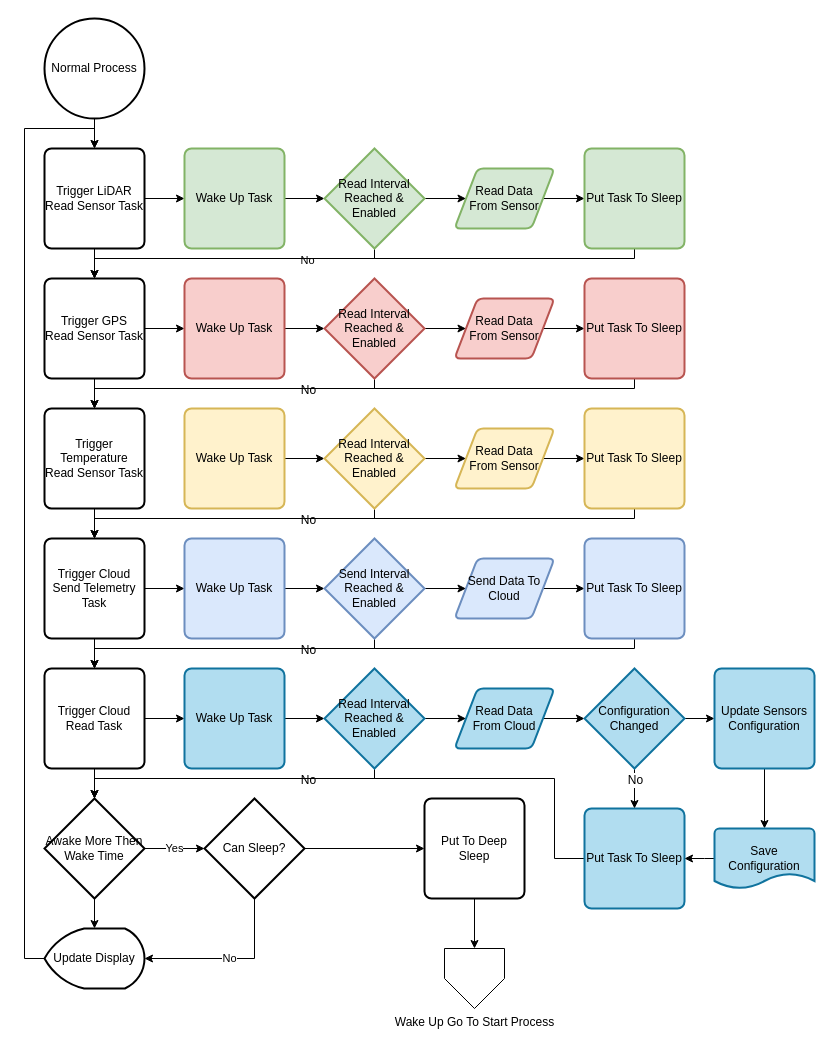
gbd77rc/esp32-iot-x509 keeps this draw.io diagram as page "Normal Flow" (2 of 3) of docs/images/esp-startup.drawio. Above is the earlier version. Source tidied: cells renumbered, new cells numbered last; positions are measured from the earlier drawing's top-left corner, leaving out a move shared by most shapes. Both pictures are drawn from the tidied source at 100%, with x=0, y=0 at pixel (24, 18).
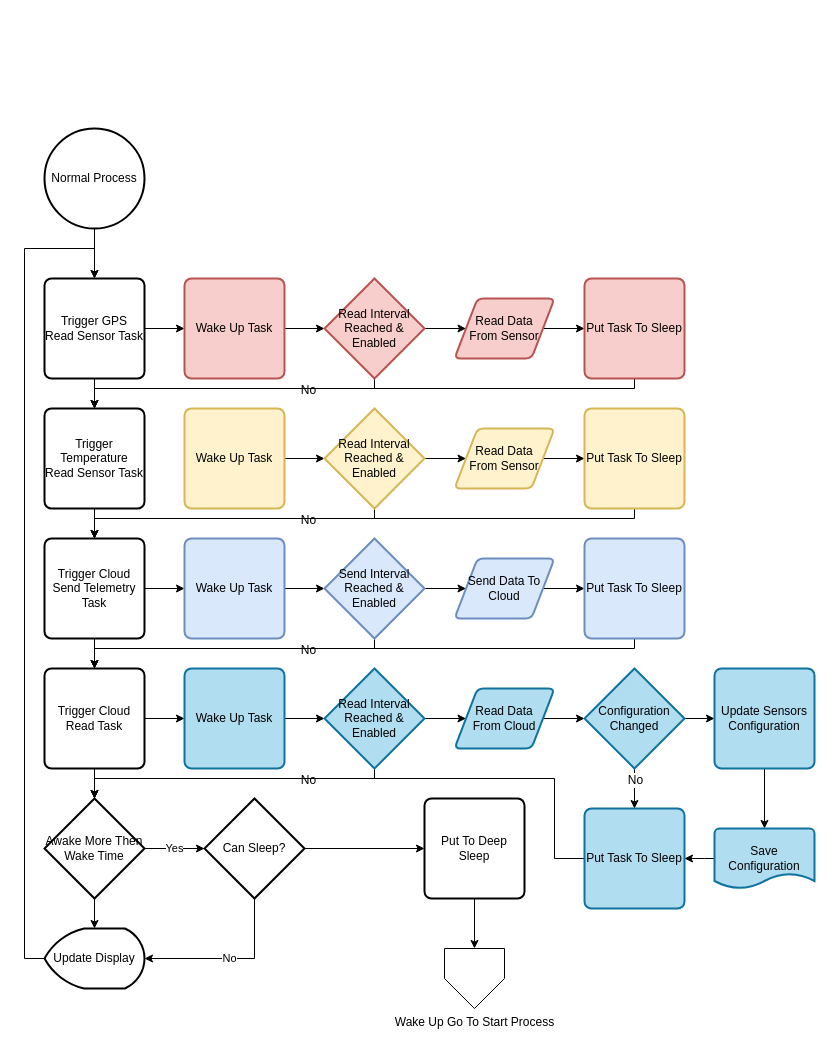
The same diagram, later.

Unchanged cells that the change refers to:
```xml
<mxCell id="11" value="Trigger GPS Read Sensor Task" style="rounded=1;whiteSpace=wrap;html=1;absoluteArcSize=1;arcSize=14;strokeWidth=2;" parent="1" vertex="1">
  <mxGeometry x="20" y="260" width="100" height="100" as="geometry" />
</mxCell>
<mxCell id="16" value="Update Display" style="strokeWidth=2;html=1;shape=mxgraph.flowchart.display;whiteSpace=wrap;" parent="1" vertex="1">
  <mxGeometry x="20" y="910" width="100" height="60" as="geometry" />
</mxCell>
```

Diff of the diagram source:
```diff
@@
-    <mxCell id="2" style="edgeStyle=orthogonalEdgeStyle;rounded=0;jettySize=auto;html=1;" parent="1" edge="1" source="3" target="6">
-      <mxGeometry relative="1" as="geometry" />
-    </mxCell>
+    <mxCell id="87" style="edgeStyle=orthogonalEdgeStyle;rounded=0;jettySize=auto;html=1;entryX=0.5;entryY=0;entryDx=0;entryDy=0;" parent="1" edge="1" source="3" target="11">
+      <mxGeometry relative="1" as="geometry" />
+    </mxCell>
     <mxCell id="3" value="Normal Process" style="strokeWidth=2;html=1;shape=mxgraph.flowchart.start_2;whiteSpace=wrap;" parent="1" vertex="1">
-      <mxGeometry x="20" width="100" height="100" as="geometry" />
+      <mxGeometry x="20" y="110" width="100" height="100" as="geometry" />
     </mxCell>
-    <mxCell id="4" style="edgeStyle=orthogonalEdgeStyle;rounded=0;jettySize=auto;html=1;" parent="1" edge="1" source="6" target="11">
-      <mxGeometry relative="1" as="geometry" />
-    </mxCell>
-    <mxCell id="5" style="edgeStyle=orthogonalEdgeStyle;rounded=0;jettySize=auto;html=1;" parent="1" edge="1" source="6" target="30">
-      <mxGeometry relative="1" as="geometry" />
-    </mxCell>
-    <mxCell id="6" value="Trigger LiDAR Read Sensor Task" style="rounded=1;whiteSpace=wrap;html=1;absoluteArcSize=1;arcSize=14;strokeWidth=2;" parent="1" vertex="1">
-      <mxGeometry x="20" y="130" width="100" height="100" as="geometry" />
-    </mxCell>
@@
-    <mxCell id="15" style="edgeStyle=orthogonalEdgeStyle;rounded=0;jettySize=auto;html=1;exitX=0;exitY=0.5;exitDx=0;exitDy=0;exitPerimeter=0;" parent="1" edge="1" source="16">
+    <mxCell id="15" style="edgeStyle=orthogonalEdgeStyle;rounded=0;jettySize=auto;html=1;exitX=0;exitY=0.5;exitDx=0;exitDy=0;exitPerimeter=0;entryX=0.5;entryY=0;entryDx=0;entryDy=0;" parent="1" edge="1" source="16" target="11">
       <mxGeometry relative="1" as="geometry">
-        <mxPoint x="70" y="130" as="targetPoint" />
         <Array as="points">
           <mxPoint y="940" />
-          <mxPoint y="110" />
-          <mxPoint x="70" y="110" />
+          <mxPoint y="230" />
+          <mxPoint x="70" y="230" />
         </Array>
       </mxGeometry>
     </mxCell>
@@
-    <mxCell id="29" style="edgeStyle=orthogonalEdgeStyle;rounded=0;jettySize=auto;html=1;entryX=0;entryY=0.5;entryDx=0;entryDy=0;entryPerimeter=0;" parent="1" edge="1" source="30" target="34">
-      <mxGeometry relative="1" as="geometry" />
-    </mxCell>
-    <mxCell id="30" value="Wake Up Task" style="rounded=1;whiteSpace=wrap;html=1;absoluteArcSize=1;arcSize=14;strokeWidth=2;fillColor=#d5e8d4;strokeColor=#82b366;" parent="1" vertex="1">
-      <mxGeometry x="160" y="130" width="100" height="100" as="geometry" />
-    </mxCell>
-    <mxCell id="31" style="edgeStyle=orthogonalEdgeStyle;rounded=0;jettySize=auto;html=1;" parent="1" edge="1" source="34">
-      <mxGeometry relative="1" as="geometry">
-        <mxPoint x="70" y="260" as="targetPoint" />
-        <Array as="points">
-          <mxPoint x="350" y="240" />
-          <mxPoint x="70" y="240" />
-        </Array>
-      </mxGeometry>
-    </mxCell>
-    <mxCell id="32" value="No" style="edgeLabel;html=1;align=center;verticalAlign=middle;" parent="31" vertex="1">
-      <mxGeometry x="-0.5" y="1" relative="1" as="geometry" />
-    </mxCell>
-    <mxCell id="33" style="edgeStyle=orthogonalEdgeStyle;rounded=0;jettySize=auto;html=1;" parent="1" edge="1" source="34" target="36">
-      <mxGeometry relative="1" as="geometry" />
-    </mxCell>
-    <mxCell id="34" value="Read Interval Reached &amp;amp; Enabled" style="strokeWidth=2;html=1;shape=mxgraph.flowchart.decision;whiteSpace=wrap;fillColor=#d5e8d4;strokeColor=#82b366;" parent="1" vertex="1">
-      <mxGeometry x="300" y="130" width="100" height="100" as="geometry" />
-    </mxCell>
-    <mxCell id="35" style="edgeStyle=orthogonalEdgeStyle;rounded=0;jettySize=auto;html=1;" parent="1" edge="1" source="36" target="38">
-      <mxGeometry relative="1" as="geometry" />
-    </mxCell>
-    <mxCell id="36" value="Read Data &lt;br&gt;From Sensor" style="shape=parallelogram;html=1;strokeWidth=2;perimeter=parallelogramPerimeter;whiteSpace=wrap;rounded=1;arcSize=12;size=0.23;fillColor=#d5e8d4;strokeColor=#82b366;" parent="1" vertex="1">
-      <mxGeometry x="430" y="150" width="100" height="60" as="geometry" />
-    </mxCell>
-    <mxCell id="37" style="edgeStyle=orthogonalEdgeStyle;rounded=0;jettySize=auto;html=1;entryX=0.5;entryY=0;entryDx=0;entryDy=0;" parent="1" edge="1" source="38" target="11">
-      <mxGeometry relative="1" as="geometry">
-        <Array as="points">
-          <mxPoint x="610" y="240" />
-          <mxPoint x="70" y="240" />
-        </Array>
-      </mxGeometry>
-    </mxCell>
-    <mxCell id="38" value="Put Task To Sleep" style="rounded=1;whiteSpace=wrap;html=1;absoluteArcSize=1;arcSize=14;strokeWidth=2;fillColor=#d5e8d4;strokeColor=#82b366;" parent="1" vertex="1">
-      <mxGeometry x="560" y="130" width="100" height="100" as="geometry" />
-    </mxCell>
```
